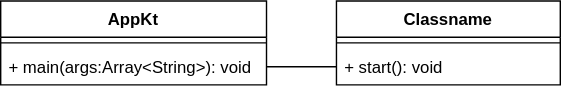
Above: drawio/design.dio.svg in omuomu/http-server-kotlin (draw.io), before the change. Source tidied: cells renumbered, new cells last; positions are measured from the earlier drawing's top-left corner, leaving out a move shared by most shapes. The source it was exported from:
```xml
<mxGraphModel>
  <root>
    <mxCell id="0" />
    <mxCell id="1" parent="0" />
    <mxCell id="2" value="AppKt" style="swimlane;fontStyle=1;align=center;verticalAlign=top;horizontal=1;startSize=26;" parent="1" vertex="1">
      <mxGeometry width="190" height="60" as="geometry" />
    </mxCell>
    <mxCell id="3" style="line;strokeWidth=1;fillColor=none;align=left;verticalAlign=middle;spacingTop=-1;spacingLeft=3;spacingRight=3;labelPosition=right;" parent="2" vertex="1">
      <mxGeometry y="26" width="190" height="8" as="geometry" />
    </mxCell>
    <mxCell id="4" value="+ main(args:Array&lt;String&gt;): void" style="text;strokeColor=none;fillColor=none;align=left;verticalAlign=top;spacingLeft=4;spacingRight=4;overflow=hidden;points=[[0,0.5],[1,0.5]];portConstraint=eastwest;" parent="2" vertex="1">
      <mxGeometry y="34" width="190" height="26" as="geometry" />
    </mxCell>
    <mxCell id="5" value="Classname" style="swimlane;fontStyle=1;align=center;verticalAlign=top;horizontal=1;startSize=26;" parent="1" vertex="1">
      <mxGeometry x="240" width="160" height="60" as="geometry" />
    </mxCell>
    <mxCell id="6" style="line;strokeWidth=1;fillColor=none;align=left;verticalAlign=middle;spacingTop=-1;spacingLeft=3;spacingRight=3;labelPosition=right;" parent="5" vertex="1">
      <mxGeometry y="26" width="160" height="8" as="geometry" />
    </mxCell>
    <mxCell id="7" value="+ start(): void" style="text;strokeColor=none;fillColor=none;align=left;verticalAlign=top;spacingLeft=4;spacingRight=4;overflow=hidden;points=[[0,0.5],[1,0.5]];portConstraint=eastwest;" parent="5" vertex="1">
      <mxGeometry y="34" width="160" height="26" as="geometry" />
    </mxCell>
    <mxCell id="8" style="edgeStyle=orthogonalEdgeStyle;rounded=0;jettySize=auto;html=1;exitX=1;exitY=0.5;exitDx=0;exitDy=0;entryX=0;entryY=0.5;entryDx=0;entryDy=0;endArrow=none;endFill=0;" parent="1" edge="1" source="4" target="7">
      <mxGeometry relative="1" as="geometry" />
    </mxCell>
  </root>
</mxGraphModel>
```
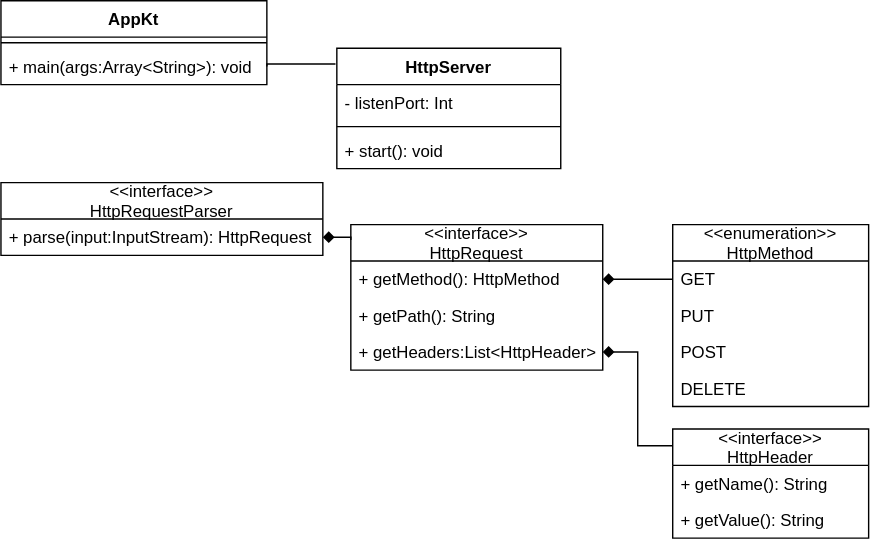
Above is the later version.

Commit message:
HttpRequestのInterfaceの仕様作成

The edit, as a diff of the source:
```diff
@@ -2,6 +2,69 @@
   <root>
     <mxCell id="0" />
     <mxCell id="1" parent="0" />
+    <mxCell id="8" style="edgeStyle=orthogonalEdgeStyle;rounded=0;jettySize=auto;html=1;exitX=1;exitY=0.5;exitDx=0;exitDy=0;entryX=-0.006;entryY=0.13;entryDx=0;entryDy=0;endArrow=none;endFill=0;entryPerimeter=0;" parent="1" edge="1" source="4" target="5">
+      <mxGeometry relative="1" as="geometry">
+        <Array as="points">
+          <mxPoint x="190" y="45" />
+        </Array>
+      </mxGeometry>
+    </mxCell>
+    <mxCell id="9" style="edgeStyle=orthogonalEdgeStyle;rounded=0;jettySize=auto;html=1;exitX=1;exitY=0.5;exitDx=0;exitDy=0;endArrow=none;endFill=0;entryX=0;entryY=0.5;entryDx=0;entryDy=0;startArrow=diamond;startFill=1;" parent="1" edge="1" source="13" target="17">
+      <mxGeometry relative="1" as="geometry" />
+    </mxCell>
+    <mxCell id="10" style="edgeStyle=orthogonalEdgeStyle;rounded=0;jettySize=auto;html=1;exitX=1;exitY=0.5;exitDx=0;exitDy=0;entryX=0;entryY=0.154;entryDx=0;entryDy=0;entryPerimeter=0;endArrow=none;endFill=0;startArrow=diamond;startFill=1;" parent="1" edge="1" source="15" target="21">
+      <mxGeometry relative="1" as="geometry" />
+    </mxCell>
+    <mxCell id="11" style="edgeStyle=orthogonalEdgeStyle;rounded=0;jettySize=auto;html=1;exitX=1;exitY=0.5;exitDx=0;exitDy=0;endArrow=none;endFill=0;startArrow=diamond;startFill=1;" parent="1" edge="1" source="25">
+      <mxGeometry relative="1" as="geometry">
+        <mxPoint x="250" y="171" as="targetPoint" />
+        <Array as="points">
+          <mxPoint x="250" y="169" />
+        </Array>
+      </mxGeometry>
+    </mxCell>
+    <mxCell id="12" value="&lt;&lt;interface&gt;&gt;&#10;HttpRequest" style="swimlane;fontStyle=0;horizontal=1;startSize=26;fillColor=none;" parent="1" vertex="1">
+      <mxGeometry x="250" y="160" width="180" height="104" as="geometry" />
+    </mxCell>
+    <mxCell id="13" value="+ getMethod(): HttpMethod" style="text;strokeColor=none;fillColor=none;align=left;verticalAlign=top;spacingLeft=4;spacingRight=4;overflow=hidden;points=[[0,0.5],[1,0.5]];portConstraint=eastwest;" parent="12" vertex="1">
+      <mxGeometry y="26" width="180" height="26" as="geometry" />
+    </mxCell>
+    <mxCell id="14" value="+ getPath(): String" style="text;strokeColor=none;fillColor=none;align=left;verticalAlign=top;spacingLeft=4;spacingRight=4;overflow=hidden;" parent="12" vertex="1">
+      <mxGeometry y="52" width="180" height="26" as="geometry" />
+    </mxCell>
+    <mxCell id="15" value="+ getHeaders:List&lt;HttpHeader&gt;" style="text;strokeColor=none;fillColor=none;align=left;verticalAlign=top;spacingLeft=4;spacingRight=4;overflow=hidden;points=[[0,0.5],[1,0.5]];portConstraint=eastwest;" parent="12" vertex="1">
+      <mxGeometry y="78" width="180" height="26" as="geometry" />
+    </mxCell>
+    <mxCell id="16" value="&lt;&lt;enumeration&gt;&gt;&#10;HttpMethod" style="swimlane;fontStyle=0;horizontal=1;startSize=26;fillColor=none;" parent="1" vertex="1">
+      <mxGeometry x="480" y="160" width="140" height="130" as="geometry" />
+    </mxCell>
+    <mxCell id="17" value="GET" style="text;strokeColor=none;fillColor=none;align=left;verticalAlign=top;spacingLeft=4;spacingRight=4;overflow=hidden;points=[[0,0.5],[1,0.5]];portConstraint=eastwest;" parent="16" vertex="1">
+      <mxGeometry y="26" width="140" height="26" as="geometry" />
+    </mxCell>
+    <mxCell id="18" value="PUT" style="text;strokeColor=none;fillColor=none;align=left;verticalAlign=top;spacingLeft=4;spacingRight=4;overflow=hidden;" parent="16" vertex="1">
+      <mxGeometry y="52" width="140" height="26" as="geometry" />
+    </mxCell>
+    <mxCell id="19" value="POST" style="text;strokeColor=none;fillColor=none;align=left;verticalAlign=top;spacingLeft=4;spacingRight=4;overflow=hidden;" parent="16" vertex="1">
+      <mxGeometry y="78" width="140" height="26" as="geometry" />
+    </mxCell>
+    <mxCell id="20" value="DELETE" style="text;strokeColor=none;fillColor=none;align=left;verticalAlign=top;spacingLeft=4;spacingRight=4;overflow=hidden;" parent="16" vertex="1">
+      <mxGeometry y="104" width="140" height="26" as="geometry" />
+    </mxCell>
+    <mxCell id="21" value="&lt;&lt;interface&gt;&gt;&#10;HttpHeader" style="swimlane;fontStyle=0;horizontal=1;startSize=26;fillColor=none;" parent="1" vertex="1">
+      <mxGeometry x="480" y="306" width="140" height="78" as="geometry" />
+    </mxCell>
+    <mxCell id="22" value="+ getName(): String" style="text;strokeColor=none;fillColor=none;align=left;verticalAlign=top;spacingLeft=4;spacingRight=4;overflow=hidden;" parent="21" vertex="1">
+      <mxGeometry y="26" width="140" height="26" as="geometry" />
+    </mxCell>
+    <mxCell id="23" value="+ getValue(): String" style="text;strokeColor=none;fillColor=none;align=left;verticalAlign=top;spacingLeft=4;spacingRight=4;overflow=hidden;" parent="21" vertex="1">
+      <mxGeometry y="52" width="140" height="26" as="geometry" />
+    </mxCell>
+    <mxCell id="24" value="&lt;&lt;interface&gt;&gt;&#10;HttpRequestParser" style="swimlane;fontStyle=0;horizontal=1;startSize=26;fillColor=none;" parent="1" vertex="1">
+      <mxGeometry y="130" width="230" height="52" as="geometry" />
+    </mxCell>
+    <mxCell id="25" value="+ parse(input:InputStream): HttpRequest" style="text;strokeColor=none;fillColor=none;align=left;verticalAlign=top;spacingLeft=4;spacingRight=4;overflow=hidden;points=[[0,0.5],[1,0.5]];portConstraint=eastwest;" parent="24" vertex="1">
+      <mxGeometry y="26" width="230" height="26" as="geometry" />
+    </mxCell>
     <mxCell id="2" value="AppKt" style="swimlane;fontStyle=1;align=center;verticalAlign=top;horizontal=1;startSize=26;" parent="1" vertex="1">
       <mxGeometry width="190" height="60" as="geometry" />
     </mxCell>
@@ -11,17 +74,17 @@
     <mxCell id="4" value="+ main(args:Array&lt;String&gt;): void" style="text;strokeColor=none;fillColor=none;align=left;verticalAlign=top;spacingLeft=4;spacingRight=4;overflow=hidden;points=[[0,0.5],[1,0.5]];portConstraint=eastwest;" parent="2" vertex="1">
       <mxGeometry y="34" width="190" height="26" as="geometry" />
     </mxCell>
-    <mxCell id="5" value="Classname" style="swimlane;fontStyle=1;align=center;verticalAlign=top;horizontal=1;startSize=26;" parent="1" vertex="1">
-      <mxGeometry x="240" width="160" height="60" as="geometry" />
+    <mxCell id="5" value="HttpServer" style="swimlane;fontStyle=1;align=center;verticalAlign=top;horizontal=1;startSize=26;" parent="1" vertex="1">
+      <mxGeometry x="240" y="34" width="160" height="86" as="geometry" />
     </mxCell>
+    <mxCell id="26" value="- listenPort: Int" style="text;strokeColor=none;fillColor=none;align=left;verticalAlign=top;spacingLeft=4;spacingRight=4;overflow=hidden;" parent="5" vertex="1">
+      <mxGeometry y="26" width="160" height="26" as="geometry" />
+    </mxCell>
     <mxCell id="6" style="line;strokeWidth=1;fillColor=none;align=left;verticalAlign=middle;spacingTop=-1;spacingLeft=3;spacingRight=3;labelPosition=right;" parent="5" vertex="1">
-      <mxGeometry y="26" width="160" height="8" as="geometry" />
+      <mxGeometry y="52" width="160" height="8" as="geometry" />
     </mxCell>
     <mxCell id="7" value="+ start(): void" style="text;strokeColor=none;fillColor=none;align=left;verticalAlign=top;spacingLeft=4;spacingRight=4;overflow=hidden;points=[[0,0.5],[1,0.5]];portConstraint=eastwest;" parent="5" vertex="1">
-      <mxGeometry y="34" width="160" height="26" as="geometry" />
+      <mxGeometry y="60" width="160" height="26" as="geometry" />
     </mxCell>
-    <mxCell id="8" style="edgeStyle=orthogonalEdgeStyle;rounded=0;jettySize=auto;html=1;exitX=1;exitY=0.5;exitDx=0;exitDy=0;entryX=0;entryY=0.5;entryDx=0;entryDy=0;endArrow=none;endFill=0;" parent="1" edge="1" source="4" target="7">
-      <mxGeometry relative="1" as="geometry" />
-    </mxCell>
   </root>
 </mxGraphModel>
```
